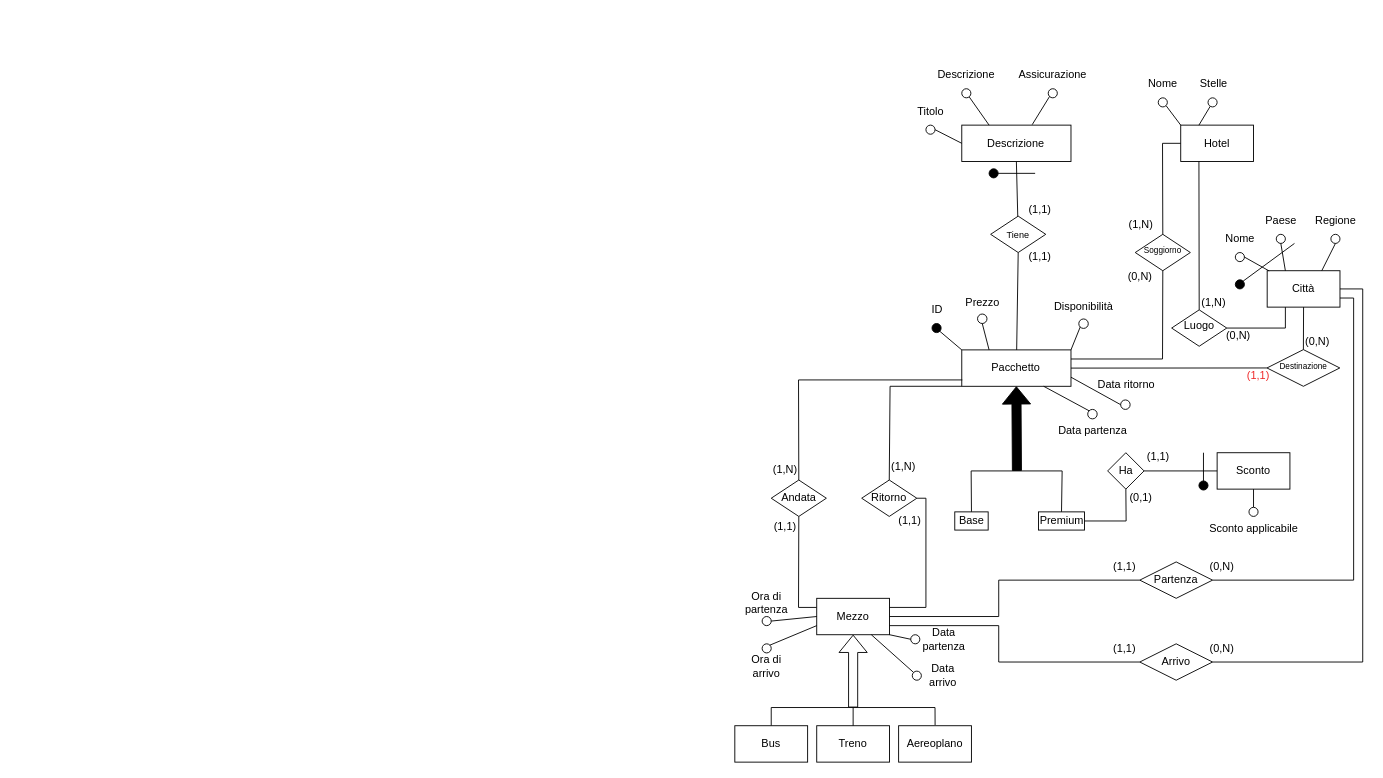
bustre/Easy-travel keeps this draw.io diagram as ER/ER_dx.drawio. Above is the earlier version. Source tidied: cells renumbered, new cells numbered last; positions are measured from the earlier drawing's top-left corner, leaving out a move shared by most shapes. Both pictures are drawn from the tidied source at 91%, with x=0, y=0 at pixel (734, 61).
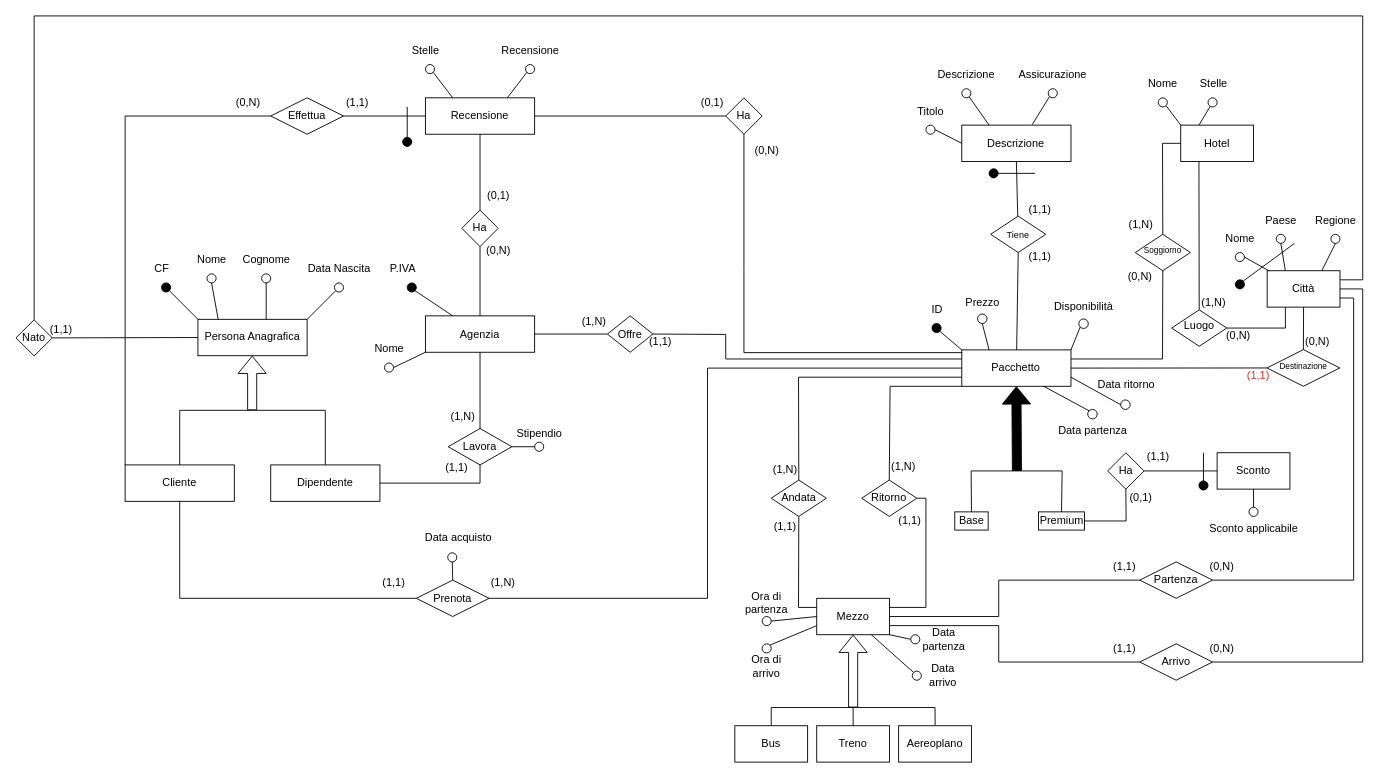
After the change.

The change refers to these unchanged cells:
```xml
<mxCell id="2" value="Pacchetto" style="rounded=0;whiteSpace=wrap;html=1;" parent="1" vertex="1">
  <mxGeometry x="249.4" y="317" width="120" height="40" as="geometry" />
</mxCell>
<mxCell id="37" value="Città" style="rounded=0;whiteSpace=wrap;html=1;" parent="1" vertex="1">
  <mxGeometry x="585" y="230" width="80" height="40" as="geometry" />
</mxCell>
<mxCell id="69" value="Andata" style="rhombus;whiteSpace=wrap;html=1;" parent="1" vertex="1">
  <mxGeometry x="40" y="460" width="60.6" height="40" as="geometry" />
</mxCell>
```

Change to the diagram source:
```diff
@@
-    <mxCell id="71" style="endArrow=none;html=1;rounded=0;exitX=0.5;exitY=0;exitDx=0;exitDy=0;" parent="1" edge="1" source="69">
+    <mxCell id="71" style="endArrow=none;html=1;rounded=0;exitX=0.5;exitY=0;exitDx=0;exitDy=0;entryX=0;entryY=0.75;entryDx=0;entryDy=0;" parent="1" edge="1" source="69" target="2">
       <mxGeometry relative="1" as="geometry">
-        <mxPoint x="250" y="350" as="targetPoint" />
         <Array as="points">
-          <mxPoint x="70" y="350" />
+          <mxPoint x="70" y="347" />
         </Array>
       </mxGeometry>
     </mxCell>
@@
+    <mxCell id="123" value="Recensione" style="rounded=0;whiteSpace=wrap;html=1;" parent="1" vertex="1">
+      <mxGeometry x="-340" y="40" width="120" height="40" as="geometry" />
+    </mxCell>
+    <mxCell id="124" value="Agenzia" style="rounded=0;whiteSpace=wrap;html=1;" parent="1" vertex="1">
+      <mxGeometry x="-340" y="279.6" width="120" height="40" as="geometry" />
+    </mxCell>
+    <mxCell id="125" value="Ha" style="rhombus;whiteSpace=wrap;html=1;" parent="1" vertex="1">
+      <mxGeometry x="-300" y="163.4" width="40" height="40" as="geometry" />
+    </mxCell>
+    <mxCell id="126" style="endArrow=none;html=1;rounded=0;entryX=0.5;entryY=1;entryDx=0;entryDy=0;exitX=0.5;exitY=0;exitDx=0;exitDy=0;" parent="1" edge="1" source="124" target="125">
+      <mxGeometry relative="1" as="geometry" />
+    </mxCell>
+    <mxCell id="127" style="endArrow=none;html=1;rounded=0;entryX=0.5;entryY=0;entryDx=0;entryDy=0;exitX=0.5;exitY=1;exitDx=0;exitDy=0;" parent="1" edge="1" source="123" target="125">
+      <mxGeometry relative="1" as="geometry" />
+    </mxCell>
+    <mxCell id="128" value="Offre" style="rhombus;whiteSpace=wrap;html=1;" parent="1" vertex="1">
+      <mxGeometry x="-140" y="279.6" width="50" height="40" as="geometry" />
+    </mxCell>
+    <mxCell id="129" style="endArrow=none;html=1;rounded=0;exitX=1;exitY=0.5;exitDx=0;exitDy=0;entryX=0;entryY=0.5;entryDx=0;entryDy=0;" parent="1" edge="1" source="124" target="128">
+      <mxGeometry relative="1" as="geometry" />
+    </mxCell>
+    <mxCell id="130" style="endArrow=none;html=1;rounded=0;exitX=1;exitY=0.5;exitDx=0;exitDy=0;entryX=0;entryY=0.25;entryDx=0;entryDy=0;" parent="1" edge="1" source="128" target="2">
+      <mxGeometry relative="1" as="geometry">
+        <Array as="points">
+          <mxPoint x="-10" y="300" />
+          <mxPoint x="-10" y="327" />
+        </Array>
+      </mxGeometry>
+    </mxCell>
+    <mxCell id="131" style="endArrow=none;html=1;rounded=0;entryX=0.25;entryY=0;entryDx=0;entryDy=0;exitX=1;exitY=1;exitDx=0;exitDy=0;" parent="1" edge="1" source="132" target="123">
+      <mxGeometry relative="1" as="geometry" />
+    </mxCell>
+    <mxCell id="132" style="ellipse;whiteSpace=wrap;html=1;" parent="1" vertex="1">
+      <mxGeometry x="-340" y="3.4" width="10" height="10" as="geometry" />
+    </mxCell>
+    <mxCell id="133" value="Stelle" style="text;html=1;align=center;verticalAlign=middle;strokeColor=none;fillColor=none;" parent="1" vertex="1">
+      <mxGeometry x="-365" y="-26.6" width="50" height="30" as="geometry" />
+    </mxCell>
+    <mxCell id="134" style="ellipse;whiteSpace=wrap;html=1;" parent="1" vertex="1">
+      <mxGeometry x="-230" y="3.4" width="10" height="10" as="geometry" />
+    </mxCell>
+    <mxCell id="135" style="endArrow=none;html=1;rounded=0;exitX=0.75;exitY=0;exitDx=0;exitDy=0;entryX=0;entryY=1;entryDx=0;entryDy=0;" parent="1" edge="1" source="123" target="134">
+      <mxGeometry relative="1" as="geometry" />
+    </mxCell>
+    <mxCell id="136" value="Recensione" style="text;html=1;align=center;verticalAlign=middle;strokeColor=none;fillColor=none;" parent="1" vertex="1">
+      <mxGeometry x="-270" y="-26.6" width="90" height="30" as="geometry" />
+    </mxCell>
+    <mxCell id="137" style="ellipse;whiteSpace=wrap;html=1;fillColor=#000000;" parent="1" vertex="1">
+      <mxGeometry x="-360" y="243.4" width="10" height="10" as="geometry" />
+    </mxCell>
+    <mxCell id="138" style="endArrow=none;html=1;rounded=0;entryX=0.25;entryY=0;entryDx=0;entryDy=0;exitX=1;exitY=1;exitDx=0;exitDy=0;" parent="1" edge="1" source="137" target="124">
+      <mxGeometry relative="1" as="geometry" />
+    </mxCell>
+    <mxCell id="139" value="P.IVA" style="text;html=1;align=center;verticalAlign=middle;strokeColor=none;fillColor=none;" parent="1" vertex="1">
+      <mxGeometry x="-390" y="213.4" width="50" height="30" as="geometry" />
+    </mxCell>
+    <mxCell id="140" value="(0,1)" style="text;html=1;align=center;verticalAlign=middle;strokeColor=none;fillColor=none;" parent="1" vertex="1">
+      <mxGeometry x="-285" y="133.4" width="50" height="30" as="geometry" />
+    </mxCell>
+    <mxCell id="141" value="(0,N)" style="text;html=1;align=center;verticalAlign=middle;strokeColor=none;fillColor=none;" parent="1" vertex="1">
+      <mxGeometry x="-285" y="193.4" width="50" height="30" as="geometry" />
+    </mxCell>
+    <mxCell id="142" value="(1,N)" style="text;html=1;align=center;verticalAlign=middle;strokeColor=none;fillColor=none;" parent="1" vertex="1">
+      <mxGeometry x="-180" y="271.4" width="50" height="30" as="geometry" />
+    </mxCell>
+    <mxCell id="143" value="(1,1)" style="text;html=1;align=center;verticalAlign=middle;strokeColor=none;fillColor=none;" parent="1" vertex="1">
+      <mxGeometry x="-107" y="293.4" width="50" height="30" as="geometry" />
+    </mxCell>
+    <mxCell id="144" value="Ha" style="rhombus;whiteSpace=wrap;html=1;" parent="1" vertex="1">
+      <mxGeometry x="-10" y="40" width="40" height="40" as="geometry" />
+    </mxCell>
+    <mxCell id="145" style="endArrow=none;html=1;rounded=0;exitX=1;exitY=0.5;exitDx=0;exitDy=0;entryX=0;entryY=0.5;entryDx=0;entryDy=0;" parent="1" edge="1" source="123" target="144">
+      <mxGeometry relative="1" as="geometry" />
+    </mxCell>
+    <mxCell id="146" style="endArrow=none;html=1;rounded=0;entryX=0.5;entryY=1;entryDx=0;entryDy=0;" parent="1" edge="1" target="144">
+      <mxGeometry relative="1" as="geometry">
+        <mxPoint x="250" y="320" as="sourcePoint" />
+        <Array as="points">
+          <mxPoint x="10" y="320" />
+          <mxPoint x="10" y="230" />
+        </Array>
+      </mxGeometry>
+    </mxCell>
+    <mxCell id="147" value="(0,1)" style="text;html=1;align=center;verticalAlign=middle;strokeColor=none;fillColor=none;" parent="1" vertex="1">
+      <mxGeometry x="-50" y="31.4" width="50" height="30" as="geometry" />
+    </mxCell>
+    <mxCell id="148" value="(0,N)" style="text;html=1;align=center;verticalAlign=middle;strokeColor=none;fillColor=none;" parent="1" vertex="1">
+      <mxGeometry x="10" y="83.4" width="50" height="30" as="geometry" />
+    </mxCell>
+    <mxCell id="149" value="Persona Anagrafica" style="rounded=0;whiteSpace=wrap;html=1;" parent="1" vertex="1">
+      <mxGeometry x="-590" y="283.4" width="120" height="40" as="geometry" />
+    </mxCell>
+    <mxCell id="150" style="shape=flexArrow;endArrow=classic;html=1;rounded=0;" parent="1" edge="1">
+      <mxGeometry relative="1" as="geometry">
+        <mxPoint x="-530.4" y="383.4" as="sourcePoint" />
+        <mxPoint x="-530.4" y="323.4" as="targetPoint" />
+      </mxGeometry>
+    </mxCell>
+    <mxCell id="151" style="endArrow=none;html=1;rounded=0;" parent="1" edge="1">
+      <mxGeometry relative="1" as="geometry">
+        <mxPoint x="-610" y="383.4" as="sourcePoint" />
+        <mxPoint x="-450" y="383.4" as="targetPoint" />
+      </mxGeometry>
+    </mxCell>
+    <mxCell id="152" value="Cliente" style="rounded=0;whiteSpace=wrap;html=1;" parent="1" vertex="1">
+      <mxGeometry x="-670" y="443.4" width="120" height="40" as="geometry" />
+    </mxCell>
+    <mxCell id="153" value="Dipendente" style="rounded=0;whiteSpace=wrap;html=1;" parent="1" vertex="1">
+      <mxGeometry x="-510" y="443.4" width="120" height="40" as="geometry" />
+    </mxCell>
+    <mxCell id="154" style="endArrow=none;html=1;rounded=0;entryX=0.5;entryY=0;entryDx=0;entryDy=0;" parent="1" edge="1" target="153">
+      <mxGeometry relative="1" as="geometry">
+        <mxPoint x="-450" y="383.4" as="sourcePoint" />
+      </mxGeometry>
+    </mxCell>
+    <mxCell id="155" style="endArrow=none;html=1;rounded=0;exitX=0.5;exitY=0;exitDx=0;exitDy=0;" parent="1" edge="1" source="152">
+      <mxGeometry relative="1" as="geometry">
+        <mxPoint x="-610" y="383.4" as="targetPoint" />
+      </mxGeometry>
+    </mxCell>
+    <mxCell id="156" style="endArrow=none;html=1;rounded=0;exitX=0;exitY=0;exitDx=0;exitDy=0;" parent="1" edge="1" source="149" target="157">
+      <mxGeometry relative="1" as="geometry" />
+    </mxCell>
+    <mxCell id="157" style="ellipse;whiteSpace=wrap;html=1;fillColor=#000000;" parent="1" vertex="1">
+      <mxGeometry x="-630" y="243.4" width="10" height="10" as="geometry" />
+    </mxCell>
+    <mxCell id="158" value="CF" style="text;html=1;align=center;verticalAlign=middle;strokeColor=none;fillColor=none;" parent="1" vertex="1">
+      <mxGeometry x="-650" y="213.4" width="40" height="30" as="geometry" />
+    </mxCell>
+    <mxCell id="159" style="ellipse;whiteSpace=wrap;html=1;" parent="1" vertex="1">
+      <mxGeometry x="-580" y="233.4" width="10" height="10" as="geometry" />
+    </mxCell>
+    <mxCell id="160" value="Nome" style="text;html=1;align=center;verticalAlign=middle;strokeColor=none;fillColor=none;" parent="1" vertex="1">
+      <mxGeometry x="-605" y="203.4" width="60" height="30" as="geometry" />
+    </mxCell>
+    <mxCell id="161" style="ellipse;whiteSpace=wrap;html=1;" parent="1" vertex="1">
+      <mxGeometry x="-520" y="233.4" width="10" height="10" as="geometry" />
+    </mxCell>
+    <mxCell id="162" value="Cognome" style="text;html=1;align=center;verticalAlign=middle;strokeColor=none;fillColor=none;" parent="1" vertex="1">
+      <mxGeometry x="-555" y="203.4" width="80" height="30" as="geometry" />
+    </mxCell>
+    <mxCell id="163" style="ellipse;whiteSpace=wrap;html=1;" parent="1" vertex="1">
+      <mxGeometry x="-440" y="243.4" width="10" height="10" as="geometry" />
+    </mxCell>
+    <mxCell id="164" value="Data Nascita" style="text;html=1;align=center;verticalAlign=middle;strokeColor=none;fillColor=none;" parent="1" vertex="1">
+      <mxGeometry x="-480" y="213.4" width="90" height="30" as="geometry" />
+    </mxCell>
+    <mxCell id="165" style="endArrow=none;html=1;rounded=0;exitX=0.186;exitY=0.01;exitDx=0;exitDy=0;exitPerimeter=0;entryX=0.5;entryY=1;entryDx=0;entryDy=0;" parent="1" edge="1" source="149" target="159">
+      <mxGeometry relative="1" as="geometry" />
+    </mxCell>
+    <mxCell id="166" style="endArrow=none;html=1;rounded=0;exitX=0.625;exitY=0.006;exitDx=0;exitDy=0;entryX=0.5;entryY=1;entryDx=0;entryDy=0;exitPerimeter=0;" parent="1" edge="1" source="149" target="161">
+      <mxGeometry relative="1" as="geometry" />
+    </mxCell>
+    <mxCell id="167" style="endArrow=none;html=1;rounded=0;exitX=1;exitY=0;exitDx=0;exitDy=0;entryX=0;entryY=1;entryDx=0;entryDy=0;" parent="1" edge="1" source="149" target="163">
+      <mxGeometry relative="1" as="geometry" />
+    </mxCell>
+    <mxCell id="168" value="Lavora" style="rhombus;whiteSpace=wrap;html=1;" parent="1" vertex="1">
+      <mxGeometry x="-315" y="403.4" width="70" height="40" as="geometry" />
+    </mxCell>
+    <mxCell id="169" style="endArrow=none;html=1;rounded=0;entryX=0.5;entryY=1;entryDx=0;entryDy=0;exitX=0.5;exitY=0;exitDx=0;exitDy=0;" parent="1" edge="1" source="168" target="124">
+      <mxGeometry relative="1" as="geometry" />
+    </mxCell>
+    <mxCell id="170" style="endArrow=none;html=1;rounded=0;exitX=0.5;exitY=1;exitDx=0;exitDy=0;" parent="1" edge="1" source="168">
+      <mxGeometry relative="1" as="geometry">
+        <mxPoint x="-280" y="463.4" as="targetPoint" />
+      </mxGeometry>
+    </mxCell>
+    <mxCell id="171" style="endArrow=none;html=1;rounded=0;exitX=1;exitY=0.5;exitDx=0;exitDy=0;" parent="1" edge="1" source="153">
+      <mxGeometry relative="1" as="geometry">
+        <mxPoint x="-280" y="463.4" as="targetPoint" />
+      </mxGeometry>
+    </mxCell>
+    <mxCell id="172" value="(1,1)" style="text;html=1;align=center;verticalAlign=middle;strokeColor=none;fillColor=none;" parent="1" vertex="1">
+      <mxGeometry x="-331" y="432.4" width="50" height="30" as="geometry" />
+    </mxCell>
+    <mxCell id="173" value="(1,N)" style="text;html=1;align=center;verticalAlign=middle;strokeColor=none;fillColor=none;" parent="1" vertex="1">
+      <mxGeometry x="-324" y="375.4" width="50" height="30" as="geometry" />
+    </mxCell>
+    <mxCell id="174" style="ellipse;whiteSpace=wrap;html=1;" parent="1" vertex="1">
+      <mxGeometry x="-220" y="418.4" width="10" height="10" as="geometry" />
+    </mxCell>
+    <mxCell id="175" style="endArrow=none;html=1;rounded=0;exitX=1;exitY=0.5;exitDx=0;exitDy=0;entryX=0;entryY=0.5;entryDx=0;entryDy=0;" parent="1" edge="1" source="168" target="174">
+      <mxGeometry relative="1" as="geometry" />
+    </mxCell>
+    <mxCell id="176" value="Stipendio" style="text;html=1;align=center;verticalAlign=middle;strokeColor=none;fillColor=none;" parent="1" vertex="1">
+      <mxGeometry x="-250" y="394.4" width="70" height="30" as="geometry" />
+    </mxCell>
+    <mxCell id="177" value="Prenota" style="rhombus;whiteSpace=wrap;html=1;" parent="1" vertex="1">
+      <mxGeometry x="-350" y="570" width="80" height="40" as="geometry" />
+    </mxCell>
+    <mxCell id="178" style="endArrow=none;html=1;rounded=0;exitX=0;exitY=0.5;exitDx=0;exitDy=0;entryX=0.5;entryY=1;entryDx=0;entryDy=0;" parent="1" edge="1" source="177" target="152">
+      <mxGeometry relative="1" as="geometry">
+        <Array as="points">
+          <mxPoint x="-610" y="590" />
+        </Array>
+      </mxGeometry>
+    </mxCell>
+    <mxCell id="179" value="(1,1)" style="text;html=1;align=center;verticalAlign=middle;strokeColor=none;fillColor=none;" parent="1" vertex="1">
+      <mxGeometry x="-400" y="558" width="50" height="30" as="geometry" />
+    </mxCell>
+    <mxCell id="180" value="(1,N)" style="text;html=1;align=center;verticalAlign=middle;strokeColor=none;fillColor=none;" parent="1" vertex="1">
+      <mxGeometry x="-280" y="558" width="50" height="30" as="geometry" />
+    </mxCell>
+    <mxCell id="181" value="Effettua" style="rhombus;whiteSpace=wrap;html=1;" parent="1" vertex="1">
+      <mxGeometry x="-510" y="40" width="80" height="40" as="geometry" />
+    </mxCell>
+    <mxCell id="182" style="edgeStyle=orthogonalEdgeStyle;rounded=0;orthogonalLoop=1;jettySize=auto;html=1;exitX=0.5;exitY=1;exitDx=0;exitDy=0;" parent="1" edge="1" source="181" target="181">
+      <mxGeometry relative="1" as="geometry" />
+    </mxCell>
+    <mxCell id="183" style="endArrow=none;html=1;rounded=0;entryX=0;entryY=0;entryDx=0;entryDy=0;exitX=0;exitY=0.5;exitDx=0;exitDy=0;" parent="1" edge="1" source="181" target="152">
+      <mxGeometry relative="1" as="geometry">
+        <Array as="points">
+          <mxPoint x="-670" y="60" />
+        </Array>
+      </mxGeometry>
+    </mxCell>
+    <mxCell id="184" value="(0,N)" style="text;html=1;align=center;verticalAlign=middle;strokeColor=none;fillColor=none;" parent="1" vertex="1">
+      <mxGeometry x="-560" y="31.4" width="50" height="30" as="geometry" />
+    </mxCell>
+    <mxCell id="185" value="(1,1)" style="text;html=1;align=center;verticalAlign=middle;strokeColor=none;fillColor=none;" parent="1" vertex="1">
+      <mxGeometry x="-440" y="31.4" width="50" height="30" as="geometry" />
+    </mxCell>
+    <mxCell id="186" style="endArrow=none;html=1;rounded=0;entryX=0;entryY=0.5;entryDx=0;entryDy=0;exitX=1;exitY=0.5;exitDx=0;exitDy=0;" parent="1" edge="1" source="181" target="123">
+      <mxGeometry relative="1" as="geometry" />
+    </mxCell>
+    <mxCell id="187" style="endArrow=none;html=1;rounded=0;" parent="1" edge="1">
+      <mxGeometry relative="1" as="geometry">
+        <mxPoint x="-360" y="83.4" as="sourcePoint" />
+        <mxPoint x="-360" y="50" as="targetPoint" />
+      </mxGeometry>
+    </mxCell>
+    <mxCell id="188" style="ellipse;whiteSpace=wrap;html=1;fillColor=#000000;" parent="1" vertex="1">
+      <mxGeometry x="-365" y="83.4" width="10" height="10" as="geometry" />
+    </mxCell>
+    <mxCell id="189" style="endArrow=none;html=1;rounded=0;exitX=0.5;exitY=0;exitDx=0;exitDy=0;entryX=0.5;entryY=1;entryDx=0;entryDy=0;" parent="1" edge="1" source="177" target="190">
+      <mxGeometry relative="1" as="geometry" />
+    </mxCell>
+    <mxCell id="190" style="ellipse;whiteSpace=wrap;html=1;" parent="1" vertex="1">
+      <mxGeometry x="-315.5" y="540" width="10" height="10" as="geometry" />
+    </mxCell>
+    <mxCell id="191" value="Data acquisto" style="text;html=1;align=center;verticalAlign=middle;strokeColor=none;fillColor=none;" parent="1" vertex="1">
+      <mxGeometry x="-354" y="508" width="100" height="30" as="geometry" />
+    </mxCell>
+    <mxCell id="192" style="endArrow=none;html=1;rounded=0;exitX=1;exitY=0.5;exitDx=0;exitDy=0;entryX=0;entryY=0.5;entryDx=0;entryDy=0;" parent="1" edge="1" source="177" target="2">
+      <mxGeometry relative="1" as="geometry">
+        <Array as="points">
+          <mxPoint x="-30" y="590" />
+          <mxPoint x="-30" y="337" />
+        </Array>
+      </mxGeometry>
+    </mxCell>
+    <mxCell id="193" style="ellipse;whiteSpace=wrap;html=1;" parent="1" vertex="1">
+      <mxGeometry x="-385" y="331.4" width="10" height="10" as="geometry" />
+    </mxCell>
+    <mxCell id="194" value="Nome" style="text;html=1;align=center;verticalAlign=middle;strokeColor=none;fillColor=none;" parent="1" vertex="1">
+      <mxGeometry x="-410" y="301.4" width="60" height="30" as="geometry" />
+    </mxCell>
+    <mxCell id="195" style="endArrow=none;html=1;rounded=0;exitX=0;exitY=1;exitDx=0;exitDy=0;entryX=1;entryY=0.5;entryDx=0;entryDy=0;" parent="1" edge="1" source="124" target="193">
+      <mxGeometry relative="1" as="geometry" />
+    </mxCell>
+    <mxCell id="196" value="Nato" style="rhombus;whiteSpace=wrap;html=1;" parent="1" vertex="1">
+      <mxGeometry x="-790" y="284" width="40" height="39.6" as="geometry" />
+    </mxCell>
+    <mxCell id="197" style="endArrow=none;html=1;rounded=0;exitX=1;exitY=0.5;exitDx=0;exitDy=0;entryX=0;entryY=0.5;entryDx=0;entryDy=0;" parent="1" edge="1" source="196" target="149">
+      <mxGeometry relative="1" as="geometry" />
+    </mxCell>
+    <mxCell id="198" value="(1,1)" style="text;html=1;strokeColor=none;fillColor=none;align=center;verticalAlign=middle;whiteSpace=wrap;rounded=0;" parent="1" vertex="1">
+      <mxGeometry x="-770" y="279.6" width="60" height="30" as="geometry" />
+    </mxCell>
+    <mxCell id="199" style="endArrow=none;html=1;rounded=0;exitX=0.5;exitY=0;exitDx=0;exitDy=0;entryX=1;entryY=0.25;entryDx=0;entryDy=0;" parent="1" edge="1" source="196" target="37">
+      <mxGeometry relative="1" as="geometry">
+        <Array as="points">
+          <mxPoint x="-770" y="-50" />
+          <mxPoint x="690" y="-50" />
+          <mxPoint x="690" y="240" />
+        </Array>
+      </mxGeometry>
+    </mxCell>
```
